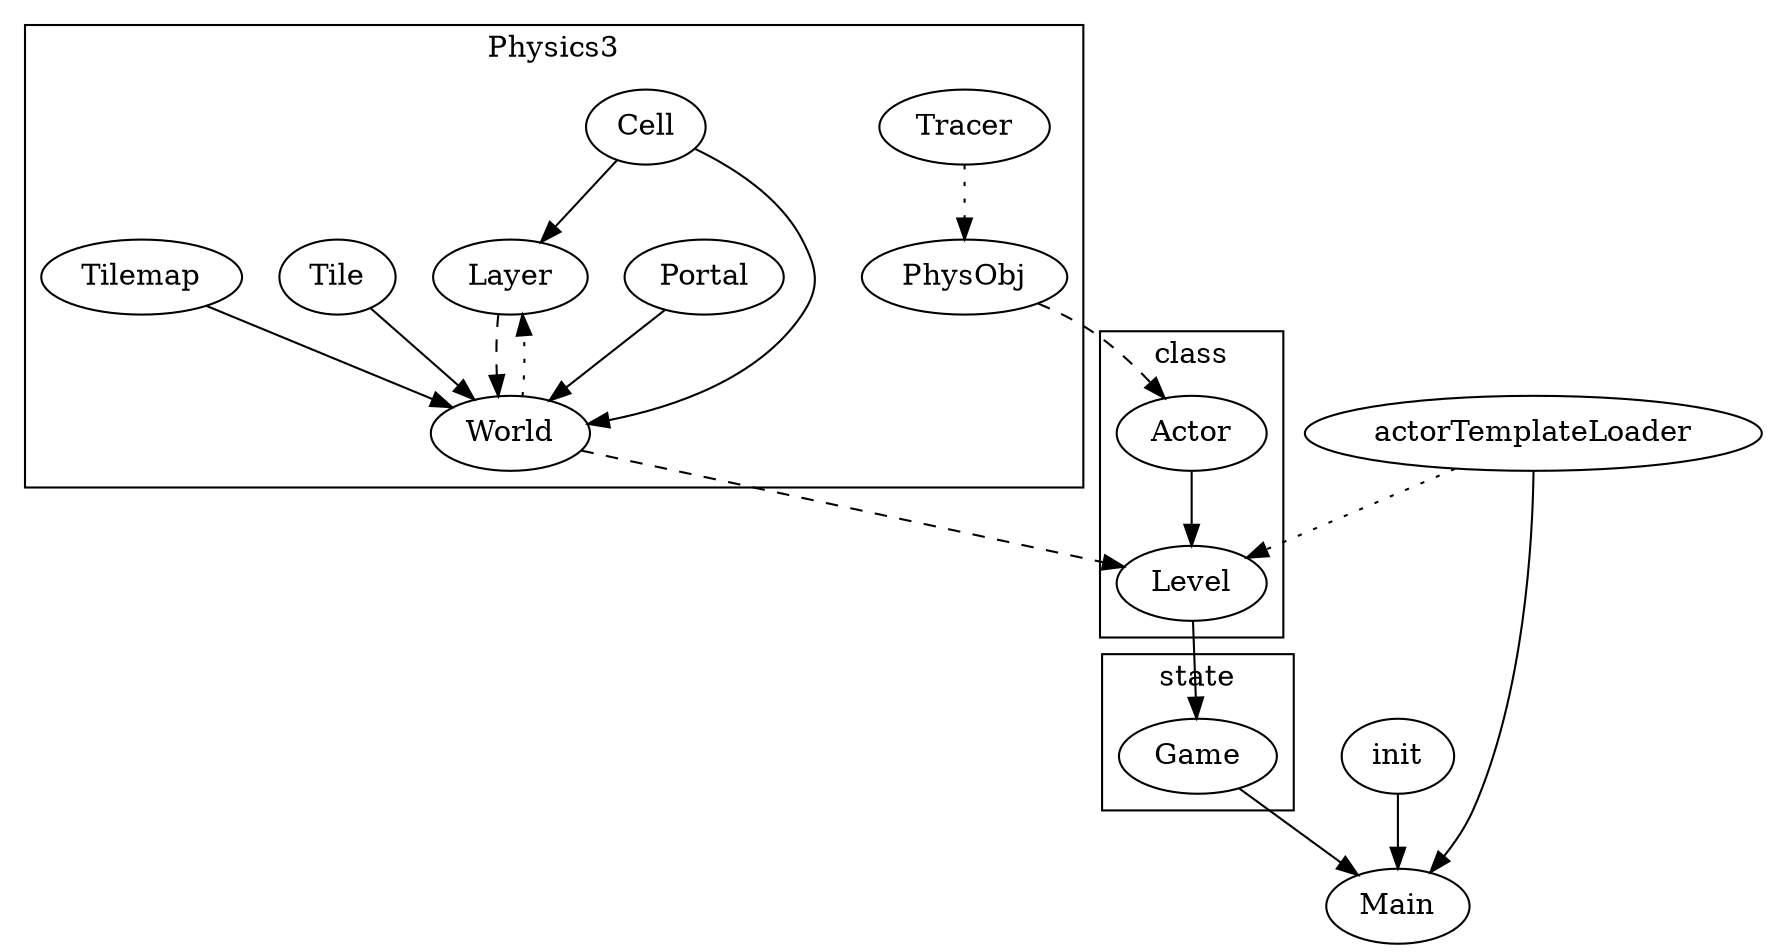
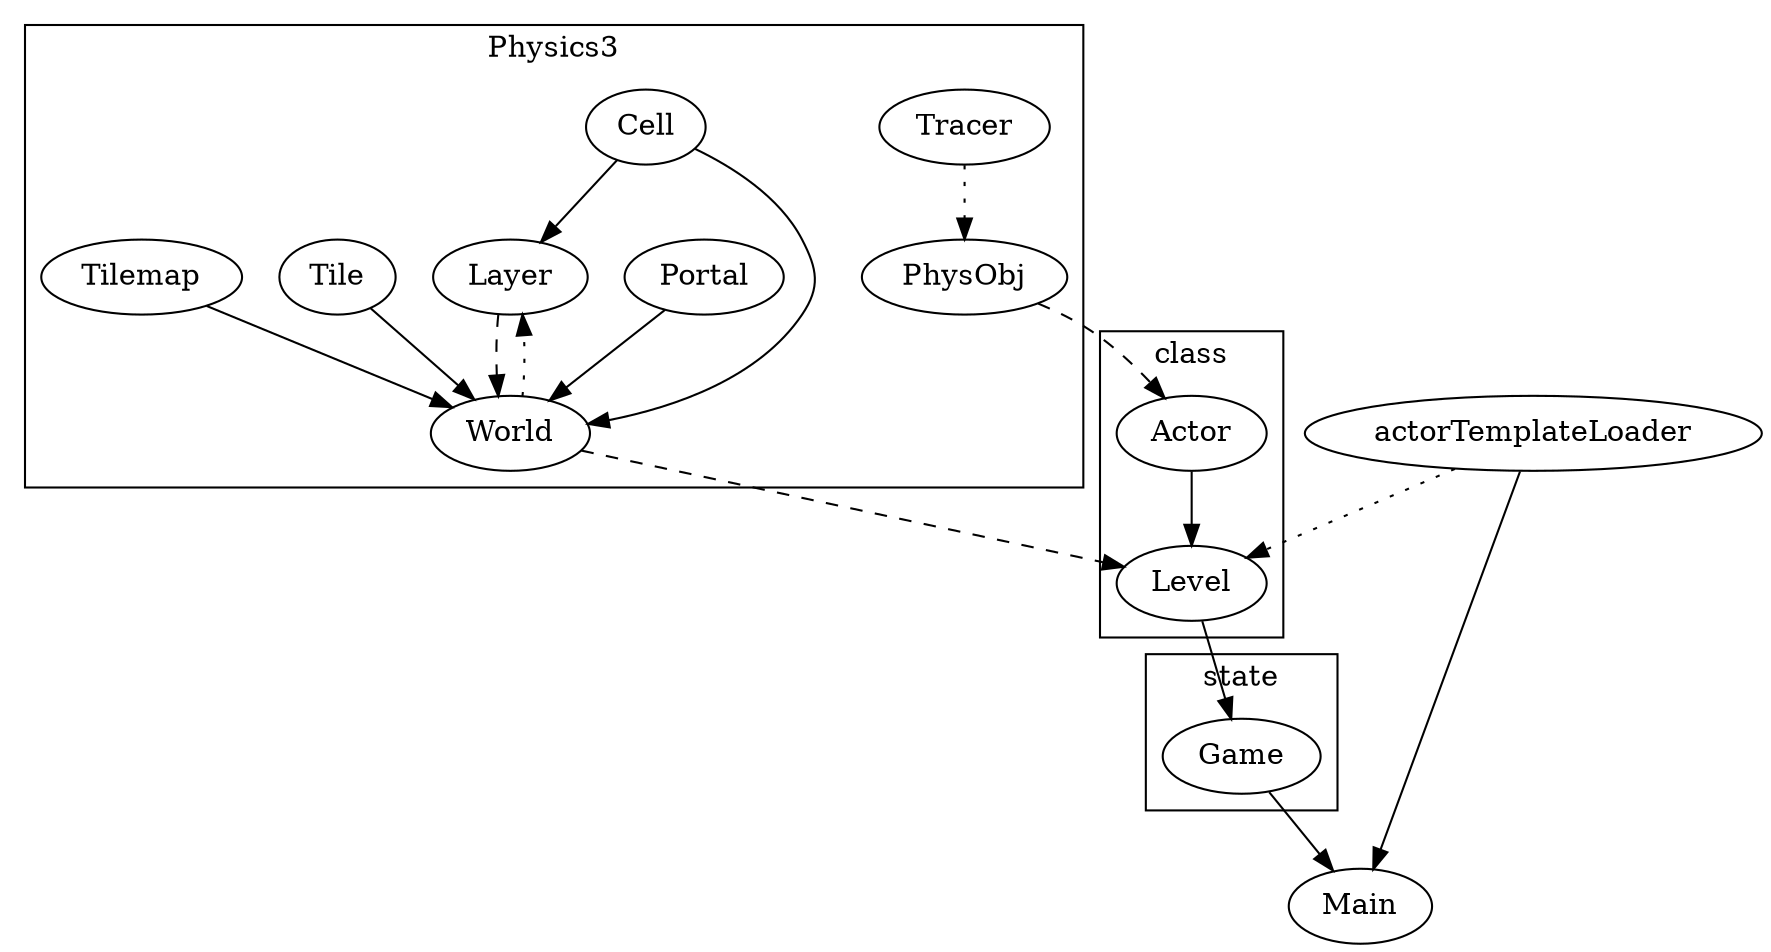
digraph G {
	subgraph cluster0 {
		label = "Physics3";
		color = black;
		Cell;
		Layer;
		PhysObj;
		Tile;
		Tilemap;
		Tracer;
		World;

		Cell -> Layer;
		Cell -> World;
		Tile -> World;
		Tilemap -> World;
		Tracer -> PhysObj [style = dotted];
		Portal -> World;
		Layer -> World [style = dashed];
		World -> Layer [style = dotted];
	}
	subgraph cluster1 {
		label = "class";
		color = black;
		World -> Level [style = dashed];
		PhysObj -> Actor [style = dashed];
		Actor -> Level;
	}
	subgraph cluster2 {
		label = "state";
		Level -> Game
	}
- 	init -> Main;
	Game -> Main;
	actorTemplateLoader -> Main;
	actorTemplateLoader -> Level [style = dotted];
}